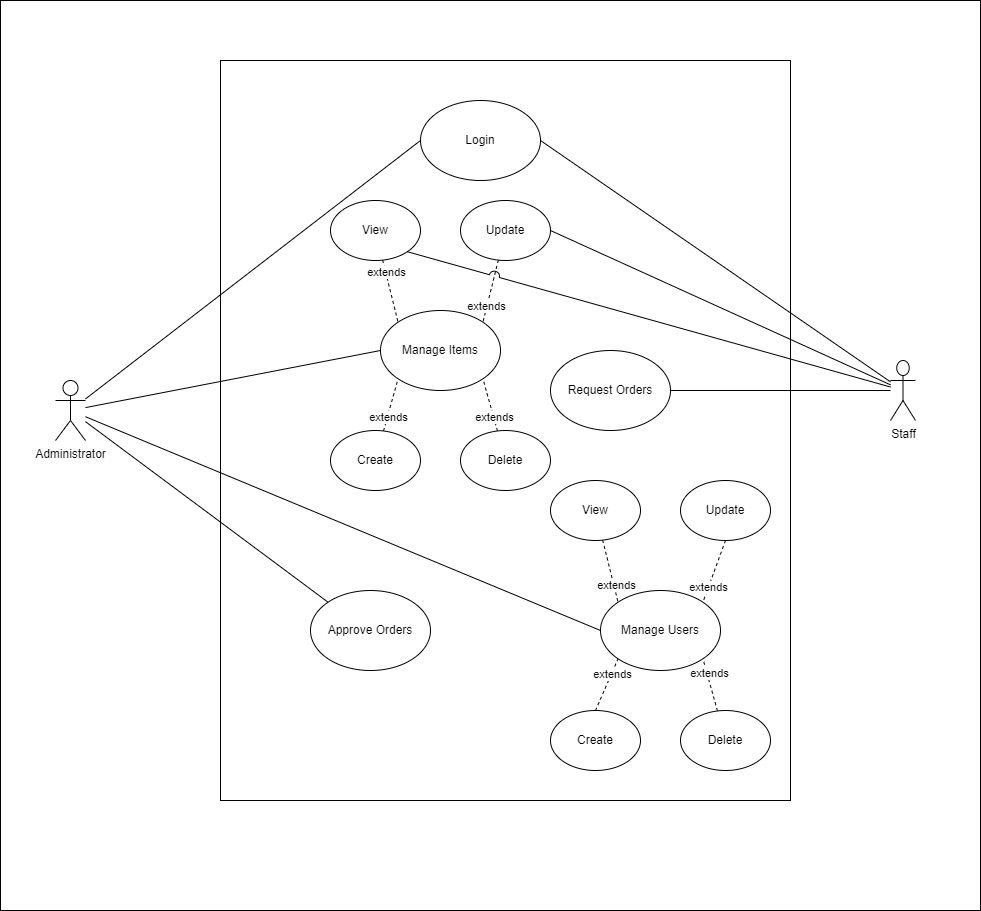
This is Diagrams/usecase.drawio.png from Jemikemi/Inventory-Sys-SENG-302, a draw.io export, as it was before one commit. Source tidied: cells renumbered, new cells last; positions are measured from the earlier drawing's top-left corner, leaving out a move shared by most shapes.
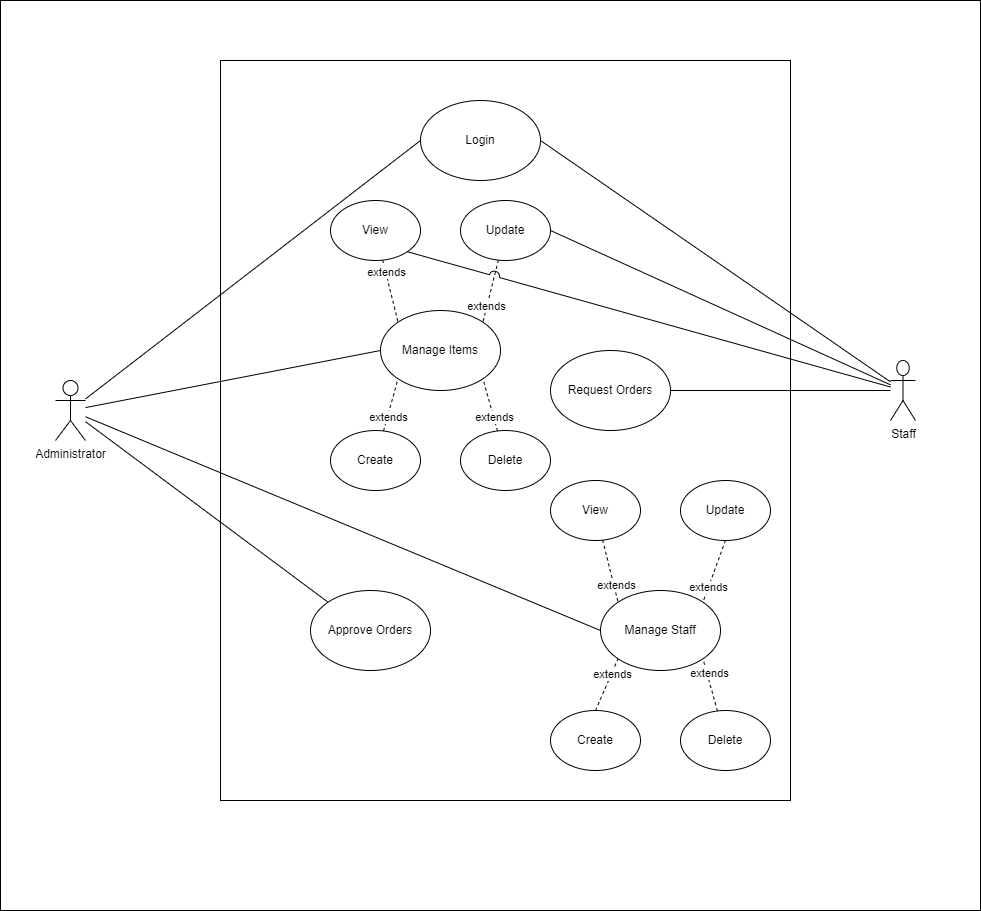
Later version of the same file.

Commit message:
Changed user to staff

What changed in the source:
```diff
@@ -41,7 +41,7 @@
     <mxCell id="14" value="Staff" style="shape=umlActor;verticalLabelPosition=bottom;verticalAlign=top;html=1;outlineConnect=0;" parent="1" vertex="1">
       <mxGeometry x="890" y="360" width="25" height="60" as="geometry" />
     </mxCell>
-    <mxCell id="15" value="Manage Users" style="ellipse;whiteSpace=wrap;html=1;" parent="1" vertex="1">
+    <mxCell id="15" value="Manage Staff" style="ellipse;whiteSpace=wrap;html=1;" parent="1" vertex="1">
       <mxGeometry x="600" y="590" width="120" height="80" as="geometry" />
     </mxCell>
     <mxCell id="16" style="edgeStyle=none;html=1;exitX=0.5;exitY=0;exitDx=0;exitDy=0;entryX=0;entryY=1;entryDx=0;entryDy=0;endArrow=none;endFill=0;dashed=1;" parent="1" edge="1" source="18" target="15">
```
